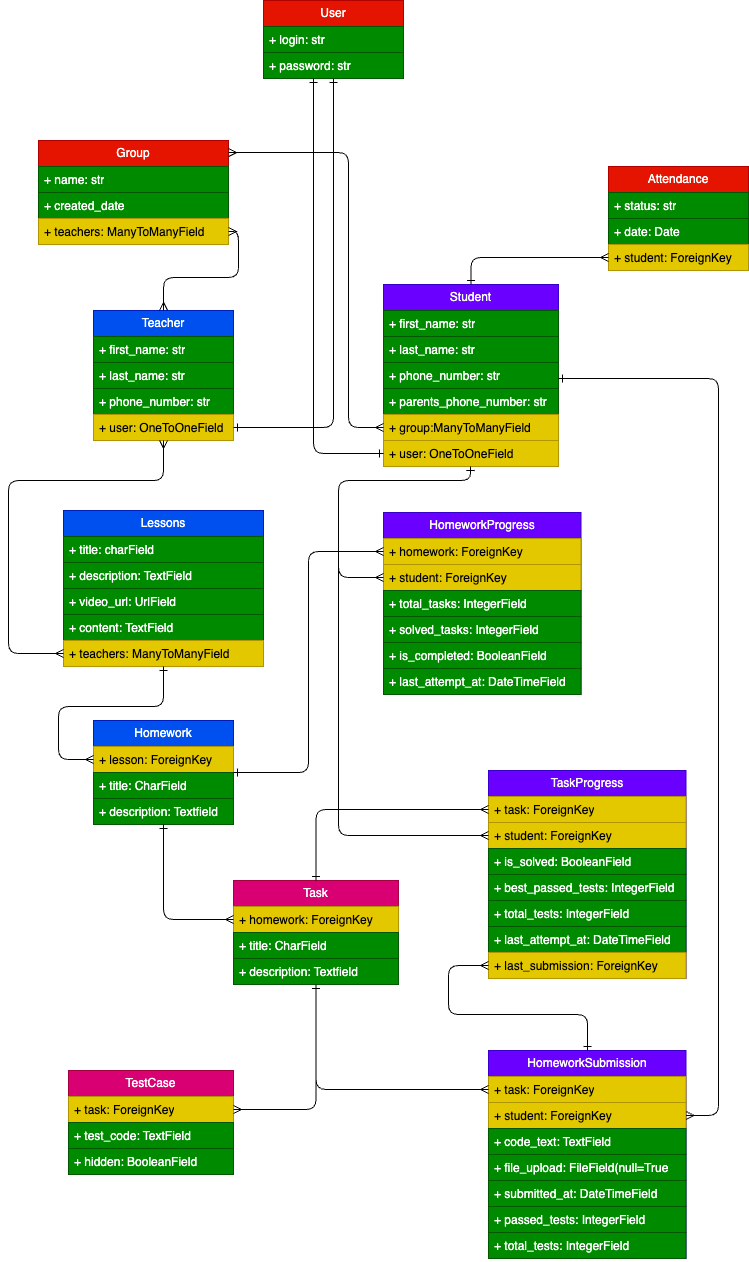
Earlier version of the draw.io export models.png (Sanjarbek17/codeschool_backend). Source tidied: cells renumbered, new cells last; positions are measured from the earlier drawing's top-left corner, leaving out a move shared by most shapes.
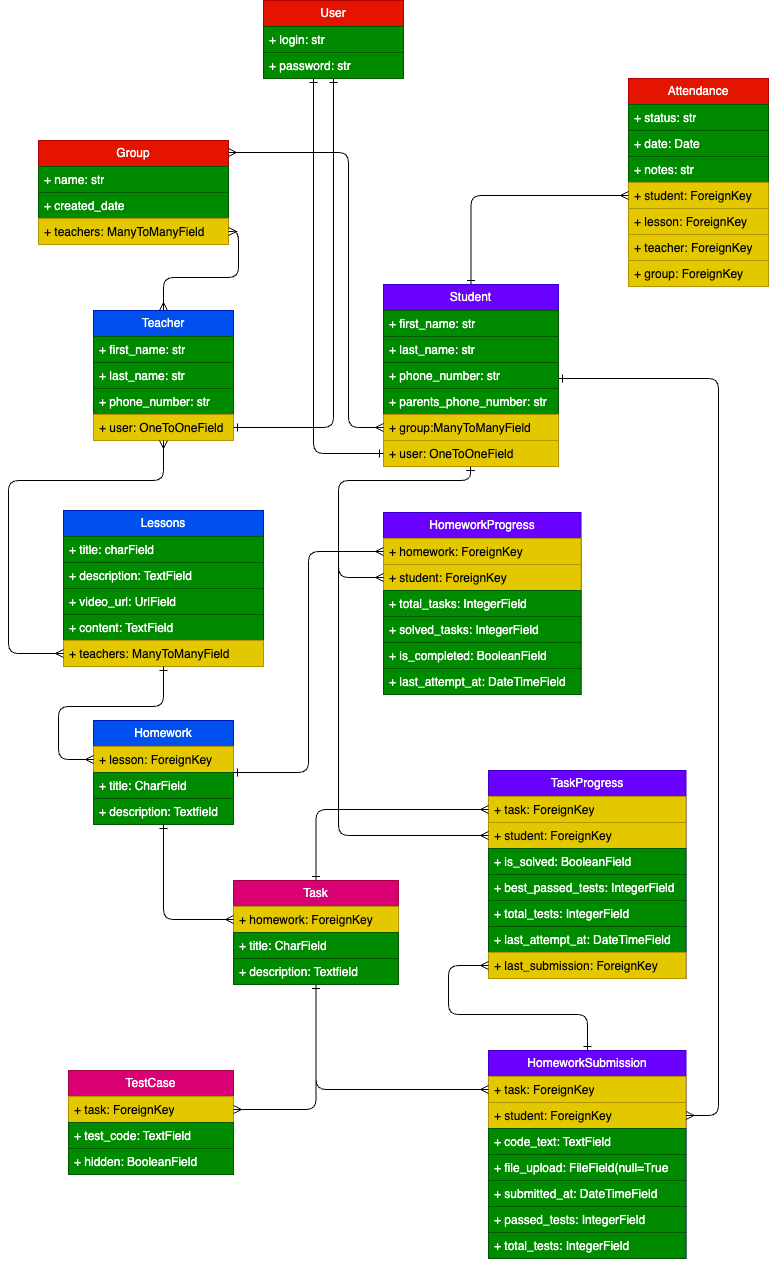
Above is the later version.

Commit message:
attedance full

Diff of the diagram source:
```diff
@@ -266,7 +266,7 @@
       <mxGeometry y="78" width="190" height="26" as="geometry" />
     </mxCell>
     <mxCell id="75" value="Attendance" style="swimlane;fontStyle=0;horizontal=1;startSize=26;fillColor=#e51400;whiteSpace=wrap;html=1;fontColor=#ffffff;strokeColor=#B20000;" parent="1" vertex="1">
-      <mxGeometry x="600" y="166" width="140" height="104" as="geometry" />
+      <mxGeometry x="620" y="78" width="140" height="208" as="geometry" />
     </mxCell>
     <mxCell id="76" value="+ status: str" style="text;strokeColor=#005700;fillColor=#008a00;align=left;verticalAlign=top;spacingLeft=4;spacingRight=4;overflow=hidden;whiteSpace=wrap;html=1;fontColor=#ffffff;" parent="75" vertex="1">
       <mxGeometry y="26" width="140" height="26" as="geometry" />
@@ -274,9 +274,21 @@
     <mxCell id="77" value="+ date: Date" style="text;strokeColor=#005700;fillColor=#008a00;align=left;verticalAlign=top;spacingLeft=4;spacingRight=4;overflow=hidden;whiteSpace=wrap;html=1;fontColor=#ffffff;" parent="75" vertex="1">
       <mxGeometry y="52" width="140" height="26" as="geometry" />
     </mxCell>
+    <mxCell id="82" value="+ notes: str" style="text;strokeColor=#005700;fillColor=#008a00;align=left;verticalAlign=top;spacingLeft=4;spacingRight=4;overflow=hidden;whiteSpace=wrap;html=1;fontColor=#ffffff;" parent="75" vertex="1">
+      <mxGeometry y="78" width="140" height="26" as="geometry" />
+    </mxCell>
     <mxCell id="78" value="+ student: ForeignKey" style="text;strokeColor=#B09500;fillColor=#e3c800;align=left;verticalAlign=top;spacingLeft=4;spacingRight=4;overflow=hidden;points=[[0,0.5],[1,0.5]];portConstraint=eastwest;whiteSpace=wrap;html=1;fontColor=#000000;" parent="75" vertex="1">
-      <mxGeometry y="78" width="140" height="26" as="geometry" />
+      <mxGeometry y="104" width="140" height="26" as="geometry" />
     </mxCell>
+    <mxCell id="83" value="+ lesson: ForeignKey" style="text;strokeColor=#B09500;fillColor=#e3c800;align=left;verticalAlign=top;spacingLeft=4;spacingRight=4;overflow=hidden;whiteSpace=wrap;html=1;fontColor=#000000;" parent="75" vertex="1">
+      <mxGeometry y="130" width="140" height="26" as="geometry" />
+    </mxCell>
+    <mxCell id="84" value="+ teacher: ForeignKey" style="text;strokeColor=#B09500;fillColor=#e3c800;align=left;verticalAlign=top;spacingLeft=4;spacingRight=4;overflow=hidden;whiteSpace=wrap;html=1;fontColor=#000000;" parent="75" vertex="1">
+      <mxGeometry y="156" width="140" height="26" as="geometry" />
+    </mxCell>
+    <mxCell id="85" value="+ group: ForeignKey" style="text;strokeColor=#B09500;fillColor=#e3c800;align=left;verticalAlign=top;spacingLeft=4;spacingRight=4;overflow=hidden;whiteSpace=wrap;html=1;fontColor=#000000;" parent="75" vertex="1">
+      <mxGeometry y="182" width="140" height="26" as="geometry" />
+    </mxCell>
     <mxCell id="79" style="edgeStyle=orthogonalEdgeStyle;html=1;endArrow=ERone;endFill=0;startArrow=ERmany;startFill=0;" parent="1" edge="1" source="78" target="10">
       <mxGeometry relative="1" as="geometry" />
     </mxCell>
```
